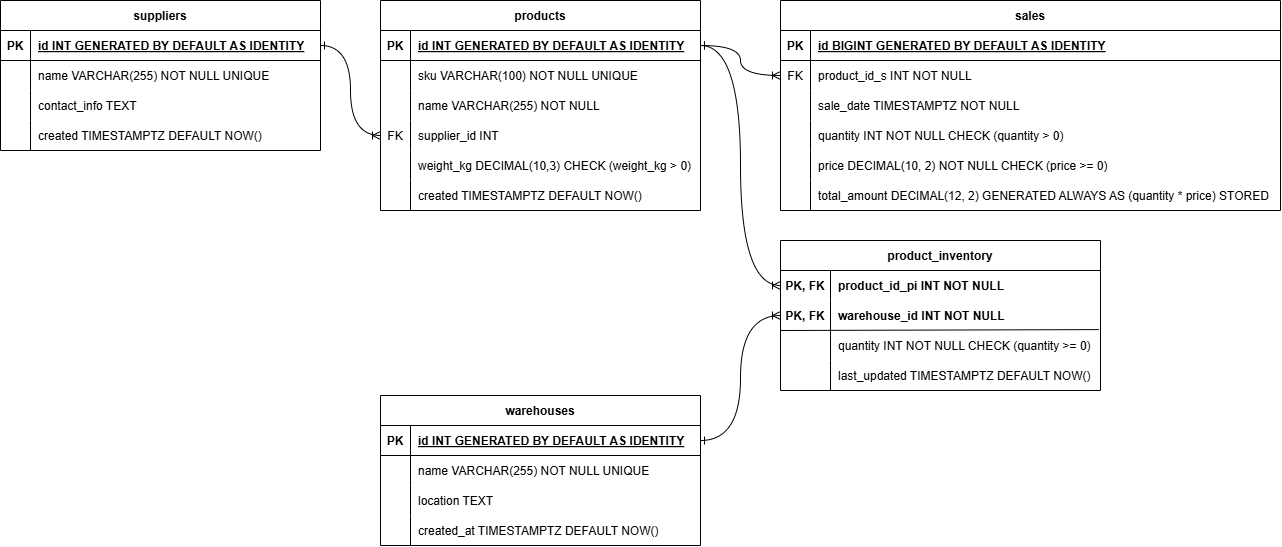
Before: docs/diagrams/ER-диаграмма (Система прогнозирования закупок).drawio.png, a diagram exported from draw.io (eugenetru/inventory-forecast-system). Source tidied: cells renumbered, new cells last; positions are measured from the earlier drawing's top-left corner, leaving out a move shared by most shapes.
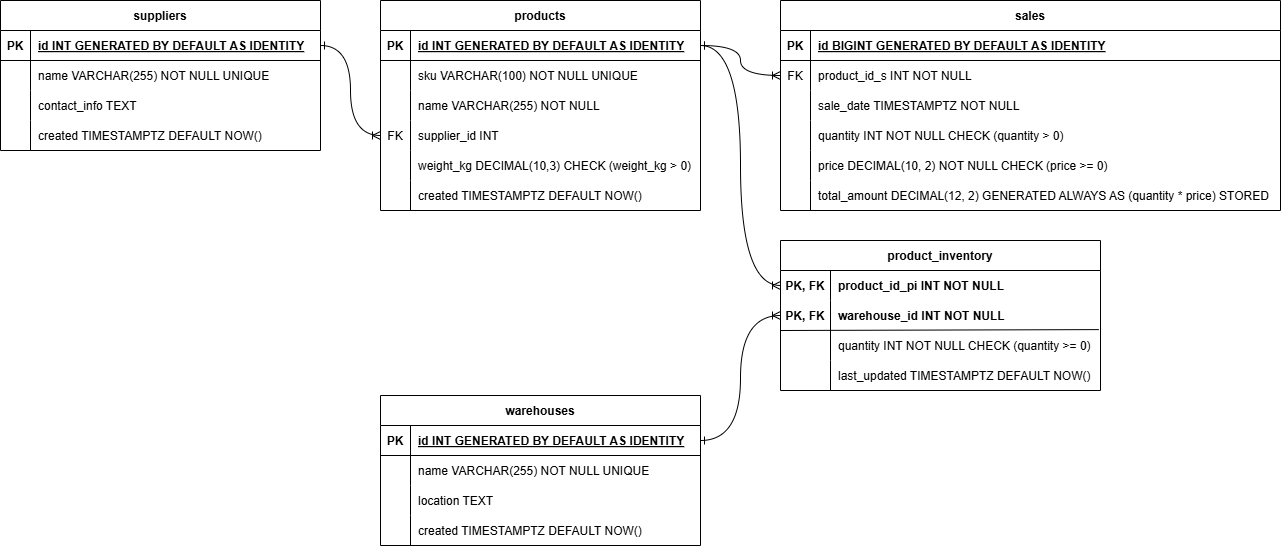
Above is the later version.

The edit, as a diff of the source:
```diff
@@ -77,7 +77,7 @@
     <mxCell id="26" style="shape=partialRectangle;overflow=hidden;fillColor=none;strokeColor=inherit;top=0;left=0;bottom=0;right=0;" parent="25" vertex="1">
       <mxGeometry width="30" height="30" as="geometry" />
     </mxCell>
-    <mxCell id="27" value="created_at TIMESTAMPTZ DEFAULT NOW()" style="shape=partialRectangle;overflow=hidden;fillColor=none;align=left;strokeColor=inherit;top=0;left=0;bottom=0;right=0;spacingLeft=6;" parent="25" vertex="1">
+    <mxCell id="27" value="created TIMESTAMPTZ DEFAULT NOW()" style="shape=partialRectangle;overflow=hidden;fillColor=none;align=left;strokeColor=inherit;top=0;left=0;bottom=0;right=0;spacingLeft=6;" parent="25" vertex="1">
       <mxGeometry x="30" width="290" height="30" as="geometry" />
     </mxCell>
     <mxCell id="28" value="products" style="shape=table;startSize=30;rowLines=0;fontStyle=1;align=center;" parent="1" vertex="1">
```
